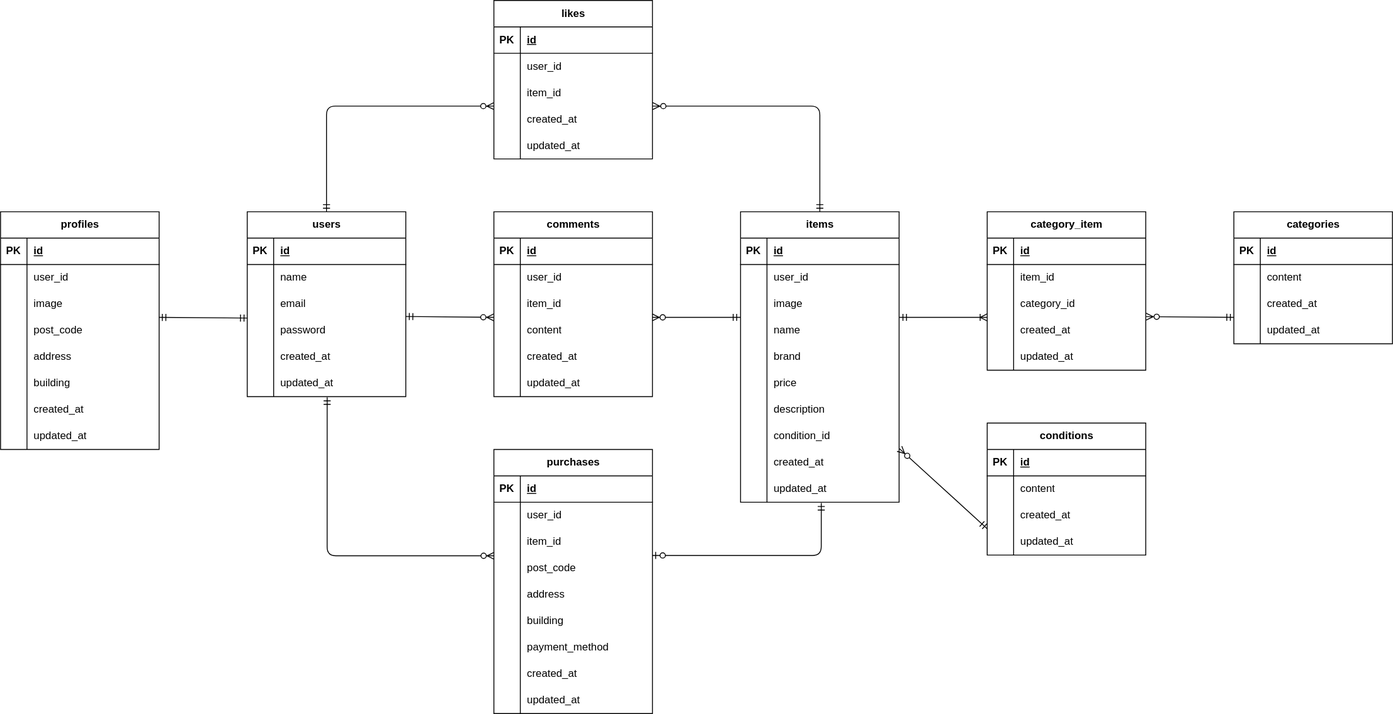
oura-takeshi/flea-market keeps this draw.io diagram as erd.drawio.svg. Above is the earlier version. Source tidied: cells renumbered, new cells last; positions are measured from the earlier drawing's top-left corner, leaving out a move shared by most shapes.
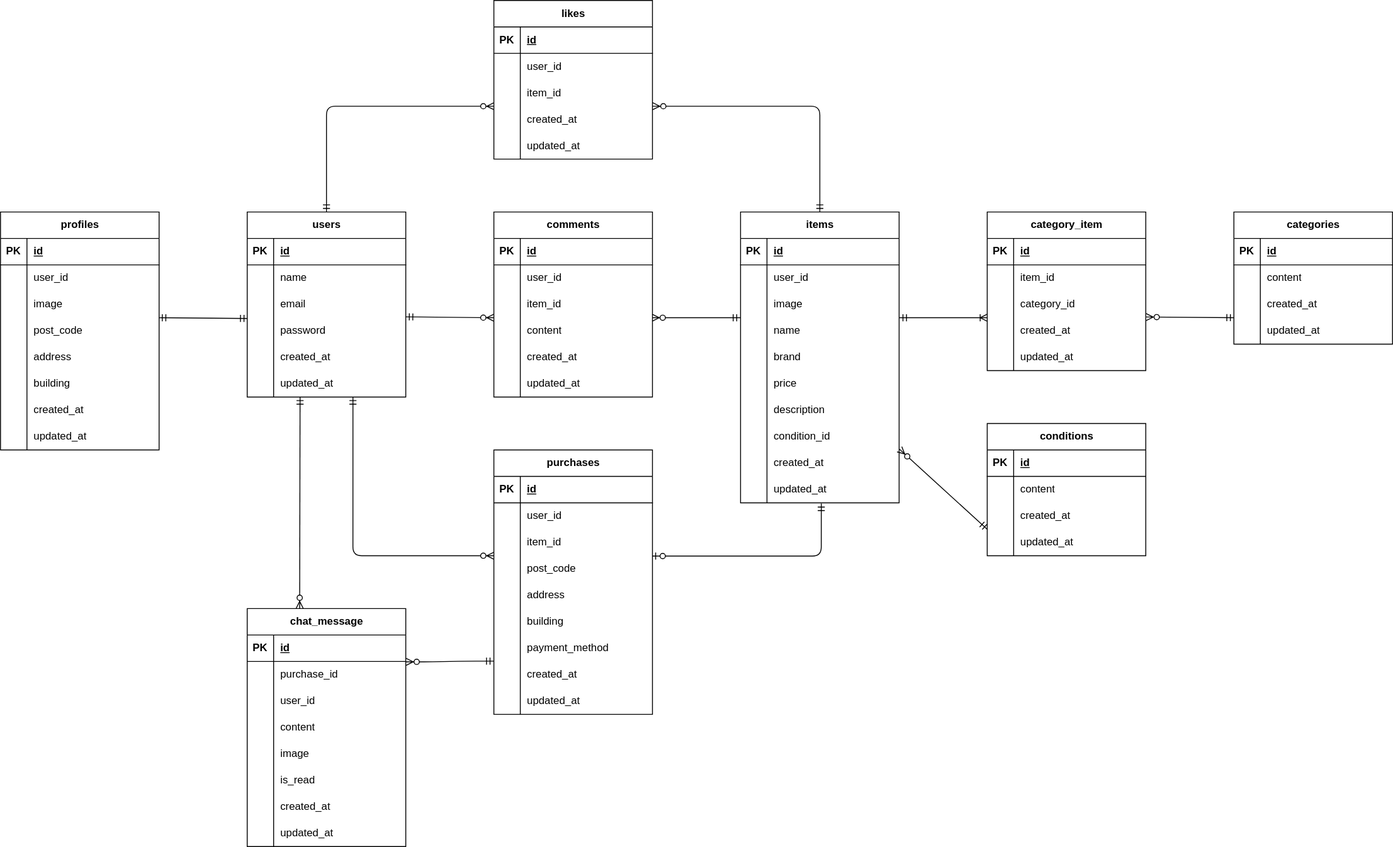
After the change.

What changed in the source:
```diff
@@ -380,10 +380,12 @@
     <mxCell id="126" value="updated_at" style="shape=partialRectangle;fillColor=none;top=0;left=0;bottom=0;right=0;align=left;spacingLeft=6;overflow=hidden;whiteSpace=wrap;html=1;" parent="124" vertex="1">
       <mxGeometry x="30" width="150" height="30" as="geometry" />
     </mxCell>
-    <mxCell id="127" style="fontSize=12;html=1;endArrow=ERzeroToMany;startArrow=ERmandOne;entryX=0.002;entryY=0.027;entryDx=0;entryDy=0;entryPerimeter=0;exitX=0.504;exitY=1.027;exitDx=0;exitDy=0;exitPerimeter=0;edgeStyle=orthogonalEdgeStyle;" parent="1" edge="1" source="18" target="109">
+    <mxCell id="127" style="fontSize=12;html=1;endArrow=ERzeroToMany;startArrow=ERmandOne;exitX=0.504;exitY=1.027;exitDx=0;exitDy=0;exitPerimeter=0;edgeStyle=elbowEdgeStyle;" parent="1" edge="1">
       <mxGeometry relative="1" as="geometry">
+        <mxPoint x="400" y="450" as="sourcePoint" />
+        <mxPoint x="560" y="630" as="targetPoint" />
         <Array as="points">
-          <mxPoint x="371" y="631" />
+          <mxPoint x="400" y="540" />
         </Array>
       </mxGeometry>
     </mxCell>
@@ -592,5 +594,92 @@
         </Array>
       </mxGeometry>
     </mxCell>
+    <mxCell id="192" value="chat_message" style="shape=table;startSize=30;rowLines=0;fontStyle=1;align=center;html=1;" parent="1" vertex="1">
+      <mxGeometry x="280" y="690" width="180" height="270" as="geometry" />
+    </mxCell>
+    <mxCell id="193" style="shape=tableRow;horizontal=0;startSize=0;swimlaneHead=0;swimlaneBody=0;fillColor=none;top=0;left=0;right=0;bottom=1;" parent="192" vertex="1">
+      <mxGeometry y="30" width="180" height="30" as="geometry" />
+    </mxCell>
+    <mxCell id="194" value="PK" style="shape=partialRectangle;fillColor=none;top=0;left=0;bottom=0;right=0;fontStyle=1;overflow=hidden;whiteSpace=wrap;html=1;" parent="193" vertex="1">
+      <mxGeometry width="30" height="30" as="geometry" />
+    </mxCell>
+    <mxCell id="195" value="id" style="shape=partialRectangle;fillColor=none;top=0;left=0;bottom=0;right=0;align=left;spacingLeft=6;fontStyle=5;overflow=hidden;whiteSpace=wrap;html=1;" parent="193" vertex="1">
+      <mxGeometry x="30" width="150" height="30" as="geometry" />
+    </mxCell>
+    <mxCell id="196" style="shape=tableRow;horizontal=0;startSize=0;swimlaneHead=0;swimlaneBody=0;fillColor=none;points=[[0,0.5],[1,0.5]];portConstraint=eastwest;top=0;left=0;right=0;bottom=0;" parent="192" vertex="1">
+      <mxGeometry y="60" width="180" height="30" as="geometry" />
+    </mxCell>
+    <mxCell id="197" style="shape=partialRectangle;fillColor=none;top=0;left=0;bottom=0;right=0;overflow=hidden;whiteSpace=wrap;html=1;" parent="196" vertex="1">
+      <mxGeometry width="30" height="30" as="geometry" />
+    </mxCell>
+    <mxCell id="198" value="purchase_id" style="shape=partialRectangle;fillColor=none;top=0;left=0;bottom=0;right=0;align=left;spacingLeft=6;overflow=hidden;whiteSpace=wrap;html=1;" parent="196" vertex="1">
+      <mxGeometry x="30" width="150" height="30" as="geometry" />
+    </mxCell>
+    <mxCell id="199" style="shape=tableRow;horizontal=0;startSize=0;swimlaneHead=0;swimlaneBody=0;fillColor=none;top=0;left=0;right=0;bottom=0;" parent="192" vertex="1">
+      <mxGeometry y="90" width="180" height="30" as="geometry" />
+    </mxCell>
+    <mxCell id="200" style="shape=partialRectangle;fillColor=none;top=0;left=0;bottom=0;right=0;overflow=hidden;whiteSpace=wrap;html=1;" parent="199" vertex="1">
+      <mxGeometry width="30" height="30" as="geometry" />
+    </mxCell>
+    <mxCell id="201" value="user_id" style="shape=partialRectangle;fillColor=none;top=0;left=0;bottom=0;right=0;align=left;spacingLeft=6;overflow=hidden;whiteSpace=wrap;html=1;" parent="199" vertex="1">
+      <mxGeometry x="30" width="150" height="30" as="geometry" />
+    </mxCell>
+    <mxCell id="202" style="shape=tableRow;horizontal=0;startSize=0;swimlaneHead=0;swimlaneBody=0;fillColor=none;top=0;left=0;right=0;bottom=0;" parent="192" vertex="1">
+      <mxGeometry y="120" width="180" height="30" as="geometry" />
+    </mxCell>
+    <mxCell id="203" style="shape=partialRectangle;fillColor=none;top=0;left=0;bottom=0;right=0;overflow=hidden;whiteSpace=wrap;html=1;" parent="202" vertex="1">
+      <mxGeometry width="30" height="30" as="geometry" />
+    </mxCell>
+    <mxCell id="204" value="content" style="shape=partialRectangle;fillColor=none;top=0;left=0;bottom=0;right=0;align=left;spacingLeft=6;overflow=hidden;whiteSpace=wrap;html=1;" parent="202" vertex="1">
+      <mxGeometry x="30" width="150" height="30" as="geometry" />
+    </mxCell>
+    <mxCell id="205" style="shape=tableRow;horizontal=0;startSize=0;swimlaneHead=0;swimlaneBody=0;fillColor=none;top=0;left=0;right=0;bottom=0;" parent="192" vertex="1">
+      <mxGeometry y="150" width="180" height="30" as="geometry" />
+    </mxCell>
+    <mxCell id="206" style="shape=partialRectangle;fillColor=none;top=0;left=0;bottom=0;right=0;overflow=hidden;whiteSpace=wrap;html=1;" parent="205" vertex="1">
+      <mxGeometry width="30" height="30" as="geometry" />
+    </mxCell>
+    <mxCell id="207" value="image" style="shape=partialRectangle;fillColor=none;top=0;left=0;bottom=0;right=0;align=left;spacingLeft=6;overflow=hidden;whiteSpace=wrap;html=1;" parent="205" vertex="1">
+      <mxGeometry x="30" width="150" height="30" as="geometry" />
+    </mxCell>
+    <mxCell id="208" style="shape=tableRow;horizontal=0;startSize=0;swimlaneHead=0;swimlaneBody=0;fillColor=none;top=0;left=0;right=0;bottom=0;" parent="192" vertex="1">
+      <mxGeometry y="180" width="180" height="30" as="geometry" />
+    </mxCell>
+    <mxCell id="209" style="shape=partialRectangle;fillColor=none;top=0;left=0;bottom=0;right=0;overflow=hidden;whiteSpace=wrap;html=1;" parent="208" vertex="1">
+      <mxGeometry width="30" height="30" as="geometry" />
+    </mxCell>
+    <mxCell id="210" value="is_read" style="shape=partialRectangle;fillColor=none;top=0;left=0;bottom=0;right=0;align=left;spacingLeft=6;overflow=hidden;whiteSpace=wrap;html=1;" parent="208" vertex="1">
+      <mxGeometry x="30" width="150" height="30" as="geometry" />
+    </mxCell>
+    <mxCell id="211" style="shape=tableRow;horizontal=0;startSize=0;swimlaneHead=0;swimlaneBody=0;fillColor=none;top=0;left=0;right=0;bottom=0;" parent="192" vertex="1">
+      <mxGeometry y="210" width="180" height="30" as="geometry" />
+    </mxCell>
+    <mxCell id="212" style="shape=partialRectangle;fillColor=none;top=0;left=0;bottom=0;right=0;overflow=hidden;whiteSpace=wrap;html=1;" parent="211" vertex="1">
+      <mxGeometry width="30" height="30" as="geometry" />
+    </mxCell>
+    <mxCell id="213" value="created_at" style="shape=partialRectangle;fillColor=none;top=0;left=0;bottom=0;right=0;align=left;spacingLeft=6;overflow=hidden;whiteSpace=wrap;html=1;" parent="211" vertex="1">
+      <mxGeometry x="30" width="150" height="30" as="geometry" />
+    </mxCell>
+    <mxCell id="214" style="shape=tableRow;horizontal=0;startSize=0;swimlaneHead=0;swimlaneBody=0;fillColor=none;top=0;left=0;right=0;bottom=0;" parent="192" vertex="1">
+      <mxGeometry y="240" width="180" height="30" as="geometry" />
+    </mxCell>
+    <mxCell id="215" style="shape=partialRectangle;fillColor=none;top=0;left=0;bottom=0;right=0;overflow=hidden;whiteSpace=wrap;html=1;" parent="214" vertex="1">
+      <mxGeometry width="30" height="30" as="geometry" />
+    </mxCell>
+    <mxCell id="216" value="updated_at" style="shape=partialRectangle;fillColor=none;top=0;left=0;bottom=0;right=0;align=left;spacingLeft=6;overflow=hidden;whiteSpace=wrap;html=1;" parent="214" vertex="1">
+      <mxGeometry x="30" width="150" height="30" as="geometry" />
+    </mxCell>
+    <mxCell id="217" style="edgeStyle=entityRelationEdgeStyle;fontSize=12;html=1;endArrow=ERzeroToMany;startArrow=ERmandOne;exitX=-0.002;exitY=0.987;exitDx=0;exitDy=0;entryX=1.002;entryY=0.013;entryDx=0;entryDy=0;exitPerimeter=0;entryPerimeter=0;" parent="1" edge="1" source="118" target="196">
+      <mxGeometry relative="1" as="geometry">
+        <Array as="points">
+          <mxPoint x="510" y="770" />
+        </Array>
+      </mxGeometry>
+    </mxCell>
+    <mxCell id="218" style="fontSize=12;html=1;endArrow=ERzeroToMany;startArrow=ERmandOne;entryX=0.331;entryY=-0.001;entryDx=0;entryDy=0;entryPerimeter=0;" parent="1" edge="1" target="192">
+      <mxGeometry relative="1" as="geometry">
+        <mxPoint x="340" y="450" as="sourcePoint" />
+      </mxGeometry>
+    </mxCell>
   </root>
 </mxGraphModel>
```
